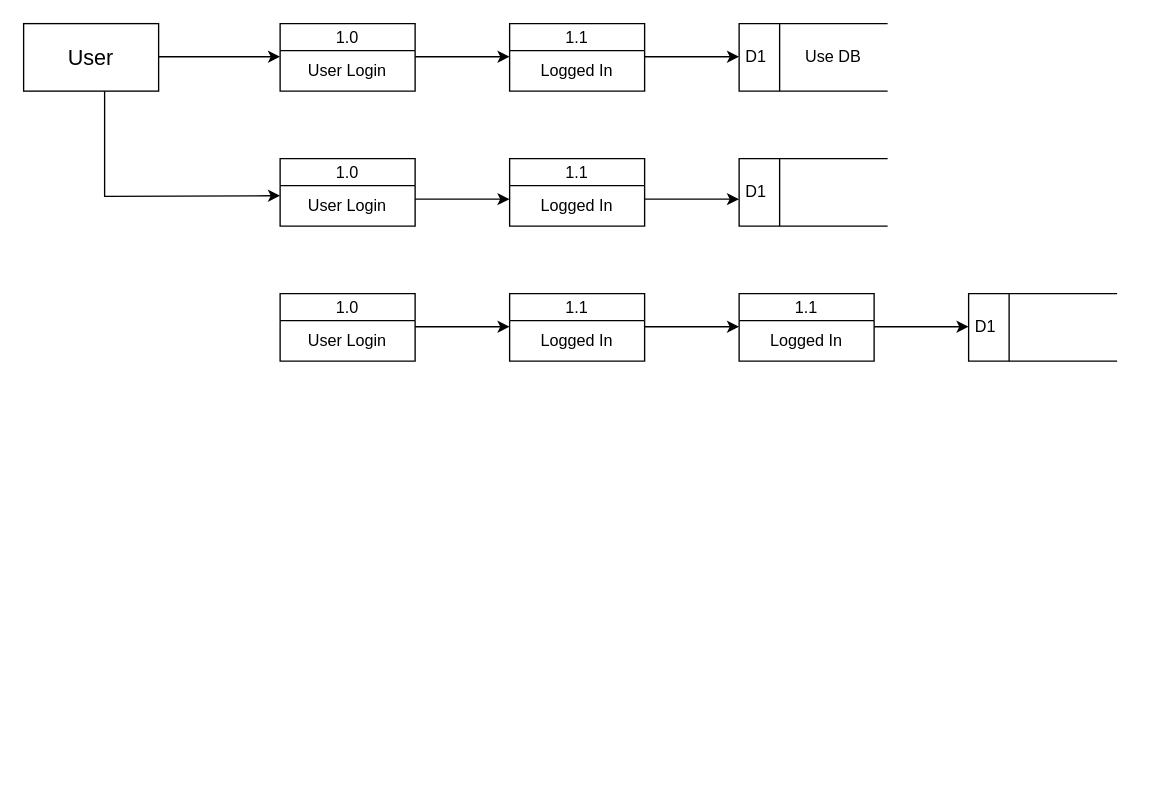
N0Obitaz/DrawIODiagrams keeps this draw.io diagram as DFD1.drawio. Above is the earlier version. Source tidied: cells renumbered, new cells numbered last; positions are measured from the earlier drawing's top-left corner, leaving out a move shared by most shapes. Both pictures are drawn from the tidied source at 135%, with x=0, y=0 at pixel (23, 23).
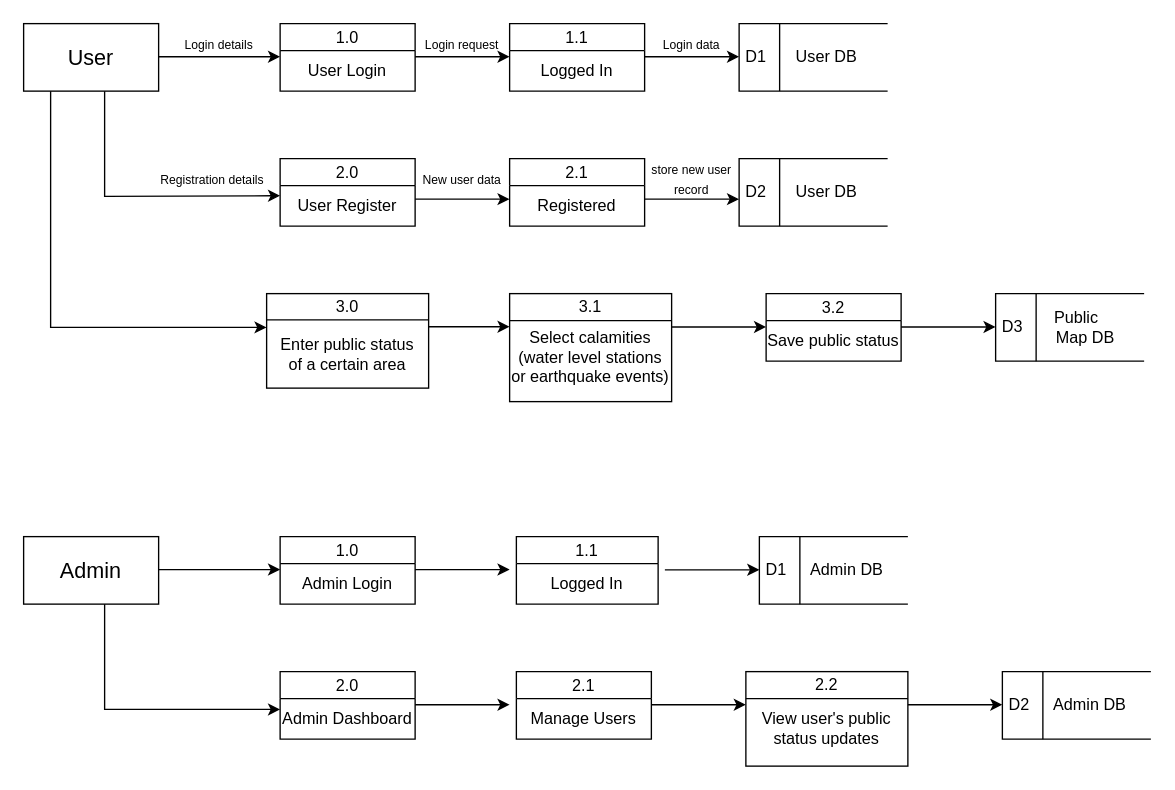
The same diagram, later.

What changed in the source:
```diff
@@
-    <mxCell id="11" value="Use DB" style="text;html=1;whiteSpace=wrap;strokeColor=none;fillColor=none;align=center;verticalAlign=middle;rounded=0;" parent="1" vertex="1">
-      <mxGeometry x="570" y="10" width="60" height="30" as="geometry" />
+    <mxCell id="11" value="User DB" style="text;html=1;whiteSpace=wrap;strokeColor=none;fillColor=none;align=center;verticalAlign=middle;rounded=0;" parent="1" vertex="1">
+      <mxGeometry x="565" y="10" width="60" height="30" as="geometry" />
     </mxCell>
-    <mxCell id="12" value="1.0" style="swimlane;fontStyle=0;horizontal=1;startSize=20;fillColor=#ffffff;swimlaneFillColor=#ffffff;" parent="1" vertex="1">
+    <mxCell id="12" value="2.0" style="swimlane;fontStyle=0;horizontal=1;startSize=20;fillColor=#ffffff;swimlaneFillColor=#ffffff;" parent="1" vertex="1">
       <mxGeometry x="190" y="100" width="100" height="50" as="geometry" />
     </mxCell>
-    <mxCell id="13" value="User Login" style="text;html=1;whiteSpace=wrap;strokeColor=none;fillColor=none;align=center;verticalAlign=middle;rounded=0;" parent="12" vertex="1">
+    <mxCell id="13" value="User Register" style="text;html=1;whiteSpace=wrap;strokeColor=none;fillColor=none;align=center;verticalAlign=middle;rounded=0;" parent="12" vertex="1">
       <mxGeometry y="20" width="100" height="30" as="geometry" />
     </mxCell>
-    <mxCell id="14" value="1.0" style="swimlane;fontStyle=0;horizontal=1;startSize=20;fillColor=#ffffff;swimlaneFillColor=#ffffff;" parent="1" vertex="1">
-      <mxGeometry x="190" y="200" width="100" height="50" as="geometry" />
-    </mxCell>
-    <mxCell id="15" value="User Login" style="text;html=1;whiteSpace=wrap;strokeColor=none;fillColor=none;align=center;verticalAlign=middle;rounded=0;" parent="14" vertex="1">
-      <mxGeometry y="20" width="100" height="30" as="geometry" />
-    </mxCell>
-    <mxCell id="16" value="1.1" style="swimlane;fontStyle=0;horizontal=1;startSize=20;fillColor=#ffffff;swimlaneFillColor=#ffffff;" parent="1" vertex="1">
+    <mxCell id="16" value="2.1" style="swimlane;fontStyle=0;horizontal=1;startSize=20;fillColor=#ffffff;swimlaneFillColor=#ffffff;" parent="1" vertex="1">
       <mxGeometry x="360" y="100" width="100" height="50" as="geometry" />
     </mxCell>
-    <mxCell id="17" value="Logged In" style="text;html=1;whiteSpace=wrap;strokeColor=none;fillColor=none;align=center;verticalAlign=middle;rounded=0;" parent="16" vertex="1">
+    <mxCell id="17" value="Registered" style="text;html=1;whiteSpace=wrap;strokeColor=none;fillColor=none;align=center;verticalAlign=middle;rounded=0;" parent="16" vertex="1">
       <mxGeometry y="20" width="100" height="30" as="geometry" />
     </mxCell>
     <mxCell id="18" value="1.1" style="swimlane;fontStyle=0;horizontal=1;startSize=20;fillColor=#ffffff;swimlaneFillColor=#ffffff;" parent="1" vertex="1">
-      <mxGeometry x="360" y="200" width="100" height="50" as="geometry" />
+      <mxGeometry x="365" y="380" width="105" height="50" as="geometry" />
     </mxCell>
     <mxCell id="19" value="Logged In" style="text;html=1;whiteSpace=wrap;strokeColor=none;fillColor=none;align=center;verticalAlign=middle;rounded=0;" parent="18" vertex="1">
-      <mxGeometry y="20" width="100" height="30" as="geometry" />
+      <mxGeometry y="20" width="105" height="30" as="geometry" />
     </mxCell>
-    <mxCell id="20" value="D1" style="html=1;dashed=0;whiteSpace=wrap;shape=mxgraph.dfd.dataStoreID;align=left;spacingLeft=3;" parent="1" vertex="1">
+    <mxCell id="20" value="D2" style="html=1;dashed=0;whiteSpace=wrap;shape=mxgraph.dfd.dataStoreID;align=left;spacingLeft=3;" parent="1" vertex="1">
       <mxGeometry x="530" y="100" width="110" height="50" as="geometry" />
     </mxCell>
-    <mxCell id="21" value="1.1" style="swimlane;fontStyle=0;horizontal=1;startSize=20;fillColor=#ffffff;swimlaneFillColor=#ffffff;" parent="1" vertex="1">
-      <mxGeometry x="530" y="200" width="100" height="50" as="geometry" />
+    <mxCell id="21" value="3.2" style="swimlane;fontStyle=0;horizontal=1;startSize=20;fillColor=#ffffff;swimlaneFillColor=#ffffff;" parent="1" vertex="1">
+      <mxGeometry x="550" y="200" width="100" height="50" as="geometry" />
     </mxCell>
-    <mxCell id="22" value="Logged In" style="text;html=1;whiteSpace=wrap;strokeColor=none;fillColor=none;align=center;verticalAlign=middle;rounded=0;" parent="21" vertex="1">
+    <mxCell id="22" value="Save public status" style="text;html=1;whiteSpace=wrap;strokeColor=none;fillColor=none;align=center;verticalAlign=middle;rounded=0;" parent="21" vertex="1">
       <mxGeometry y="20" width="100" height="30" as="geometry" />
     </mxCell>
-    <mxCell id="23" value="D1" style="html=1;dashed=0;whiteSpace=wrap;shape=mxgraph.dfd.dataStoreID;align=left;spacingLeft=3;" parent="1" vertex="1">
-      <mxGeometry x="700" y="200" width="110" height="50" as="geometry" />
+    <mxCell id="23" value="D3" style="html=1;dashed=0;whiteSpace=wrap;shape=mxgraph.dfd.dataStoreID;align=left;spacingLeft=3;" parent="1" vertex="1">
+      <mxGeometry x="720" y="200" width="110" height="50" as="geometry" />
     </mxCell>
@@
     <mxCell id="27" style="endArrow=classic;html=1;rounded=0;" parent="1" edge="1">
       <mxGeometry relative="1" as="geometry">
-        <mxPoint x="460" y="224.5" as="sourcePoint" />
-        <mxPoint x="530" y="224.5" as="targetPoint" />
+        <mxPoint x="480" y="224.7" as="sourcePoint" />
+        <mxPoint x="550" y="224.7" as="targetPoint" />
       </mxGeometry>
     </mxCell>
     <mxCell id="28" style="endArrow=classic;html=1;rounded=0;" parent="1" edge="1">
       <mxGeometry relative="1" as="geometry">
-        <mxPoint x="630" y="224.5" as="sourcePoint" />
-        <mxPoint x="700" y="224.5" as="targetPoint" />
+        <mxPoint x="650" y="224.7" as="sourcePoint" />
+        <mxPoint x="720" y="224.7" as="targetPoint" />
       </mxGeometry>
     </mxCell>
@@
+    <mxCell id="30" style="endArrow=classic;html=1;rounded=0;" parent="1" edge="1">
+      <mxGeometry relative="1" as="geometry">
+        <mxPoint x="20" y="50" as="sourcePoint" />
+        <mxPoint x="180" y="225" as="targetPoint" />
+        <Array as="points">
+          <mxPoint x="20" y="225" />
+        </Array>
+      </mxGeometry>
+    </mxCell>
+    <mxCell id="31" value="User DB" style="text;html=1;whiteSpace=wrap;strokeColor=none;fillColor=none;align=center;verticalAlign=middle;rounded=0;" parent="1" vertex="1">
+      <mxGeometry x="565" y="110" width="60" height="30" as="geometry" />
+    </mxCell>
+    <mxCell id="32" value="&lt;div&gt;&lt;br&gt;&lt;/div&gt;&lt;div&gt;Select calamities (water level stations or earthquake events)&lt;/div&gt;" style="rounded=0;whiteSpace=wrap;html=1;" parent="1" vertex="1">
+      <mxGeometry x="360" y="200" width="120" height="80" as="geometry" />
+    </mxCell>
+    <mxCell id="33" style="endArrow=none;html=1;rounded=0;" parent="1" edge="1">
+      <mxGeometry relative="1" as="geometry">
+        <mxPoint x="360" y="220" as="sourcePoint" />
+        <mxPoint x="450" y="220" as="targetPoint" />
+        <Array as="points">
+          <mxPoint x="450" y="220" />
+          <mxPoint x="480" y="220" />
+        </Array>
+      </mxGeometry>
+    </mxCell>
+    <mxCell id="34" value="3.1" style="text;html=1;whiteSpace=wrap;strokeColor=none;fillColor=none;align=center;verticalAlign=middle;rounded=0;" parent="1" vertex="1">
+      <mxGeometry x="380" y="200" width="80" height="20" as="geometry" />
+    </mxCell>
+    <mxCell id="35" value="Public&amp;nbsp; &amp;nbsp; &amp;nbsp;Map DB" style="text;html=1;whiteSpace=wrap;strokeColor=none;fillColor=none;align=center;verticalAlign=middle;rounded=0;" parent="1" vertex="1">
+      <mxGeometry x="750" y="210" width="70" height="30" as="geometry" />
+    </mxCell>
+    <mxCell id="36" value="&lt;span style=&quot;font-size: 16px;&quot;&gt;Admin&lt;/span&gt;" style="html=1;dashed=0;whiteSpace=wrap;" parent="1" vertex="1">
+      <mxGeometry y="380" width="100" height="50" as="geometry" />
+    </mxCell>
+    <mxCell id="37" style="endArrow=classic;html=1;rounded=0;" parent="1" edge="1">
+      <mxGeometry relative="1" as="geometry">
+        <mxPoint x="100" y="404.4" as="sourcePoint" />
+        <mxPoint x="190" y="404.4" as="targetPoint" />
+      </mxGeometry>
+    </mxCell>
+    <mxCell id="14" value="1.0" style="swimlane;fontStyle=0;horizontal=1;startSize=20;fillColor=#ffffff;swimlaneFillColor=#ffffff;" parent="1" vertex="1">
+      <mxGeometry x="190" y="380" width="100" height="50" as="geometry" />
+    </mxCell>
+    <mxCell id="38" value="Admin Login" style="text;html=1;whiteSpace=wrap;strokeColor=none;fillColor=none;align=center;verticalAlign=middle;rounded=0;" parent="14" vertex="1">
+      <mxGeometry y="20" width="100" height="30" as="geometry" />
+    </mxCell>
+    <mxCell id="39" style="endArrow=classic;html=1;rounded=0;" parent="1" edge="1">
+      <mxGeometry relative="1" as="geometry">
+        <mxPoint x="290" y="404.4" as="sourcePoint" />
+        <mxPoint x="360" y="404.4" as="targetPoint" />
+      </mxGeometry>
+    </mxCell>
+    <mxCell id="40" style="endArrow=classic;html=1;rounded=0;" parent="1" edge="1">
+      <mxGeometry relative="1" as="geometry">
+        <mxPoint x="475" y="404.6" as="sourcePoint" />
+        <mxPoint x="545" y="404.6" as="targetPoint" />
+      </mxGeometry>
+    </mxCell>
+    <mxCell id="41" value="D1" style="html=1;dashed=0;whiteSpace=wrap;shape=mxgraph.dfd.dataStoreID;align=left;spacingLeft=3;" parent="1" vertex="1">
+      <mxGeometry x="545" y="380" width="110" height="50" as="geometry" />
+    </mxCell>
+    <mxCell id="42" style="endArrow=classic;html=1;rounded=0;entryX=0;entryY=0.25;entryDx=0;entryDy=0;" parent="1" edge="1">
+      <mxGeometry relative="1" as="geometry">
+        <mxPoint x="60" y="430" as="sourcePoint" />
+        <mxPoint x="190" y="508" as="targetPoint" />
+        <Array as="points">
+          <mxPoint x="60" y="508" />
+        </Array>
+      </mxGeometry>
+    </mxCell>
+    <mxCell id="43" value="2.0" style="swimlane;fontStyle=0;horizontal=1;startSize=20;fillColor=#ffffff;swimlaneFillColor=#ffffff;" parent="1" vertex="1">
+      <mxGeometry x="190" y="480" width="100" height="50" as="geometry" />
+    </mxCell>
+    <mxCell id="44" value="Admin Dashboard" style="text;html=1;whiteSpace=wrap;strokeColor=none;fillColor=none;align=center;verticalAlign=middle;rounded=0;" parent="43" vertex="1">
+      <mxGeometry y="20" width="100" height="30" as="geometry" />
+    </mxCell>
+    <mxCell id="45" style="endArrow=classic;html=1;rounded=0;" parent="1" edge="1">
+      <mxGeometry relative="1" as="geometry">
+        <mxPoint x="290" y="504.5" as="sourcePoint" />
+        <mxPoint x="360" y="504.5" as="targetPoint" />
+      </mxGeometry>
+    </mxCell>
+    <mxCell id="46" value="2.1" style="swimlane;fontStyle=0;horizontal=1;startSize=20;fillColor=#ffffff;swimlaneFillColor=#ffffff;" parent="1" vertex="1">
+      <mxGeometry x="365" y="480" width="100" height="50" as="geometry" />
+    </mxCell>
+    <mxCell id="47" value="Manage Users" style="text;html=1;whiteSpace=wrap;strokeColor=none;fillColor=none;align=center;verticalAlign=middle;rounded=0;" parent="46" vertex="1">
+      <mxGeometry y="20" width="100" height="30" as="geometry" />
+    </mxCell>
+    <mxCell id="48" style="endArrow=classic;html=1;rounded=0;" parent="1" edge="1">
+      <mxGeometry relative="1" as="geometry">
+        <mxPoint x="465" y="504.5" as="sourcePoint" />
+        <mxPoint x="535" y="504.5" as="targetPoint" />
+      </mxGeometry>
+    </mxCell>
+    <mxCell id="49" value="&lt;div&gt;&lt;br&gt;&lt;/div&gt;View user's public status updates" style="rounded=0;whiteSpace=wrap;html=1;" parent="1" vertex="1">
+      <mxGeometry x="535" y="480" width="120" height="70" as="geometry" />
+    </mxCell>
+    <mxCell id="50" value="D2" style="html=1;dashed=0;whiteSpace=wrap;shape=mxgraph.dfd.dataStoreID;align=left;spacingLeft=3;" parent="1" vertex="1">
+      <mxGeometry x="725" y="480" width="110" height="50" as="geometry" />
+    </mxCell>
+    <mxCell id="51" style="endArrow=classic;html=1;rounded=0;" parent="1" edge="1">
+      <mxGeometry relative="1" as="geometry">
+        <mxPoint x="655" y="504.5" as="sourcePoint" />
+        <mxPoint x="725" y="504.5" as="targetPoint" />
+      </mxGeometry>
+    </mxCell>
+    <mxCell id="52" value="Admin DB" style="text;html=1;whiteSpace=wrap;strokeColor=none;fillColor=none;align=center;verticalAlign=middle;rounded=0;" parent="1" vertex="1">
+      <mxGeometry x="580" y="390" width="60" height="30" as="geometry" />
+    </mxCell>
+    <mxCell id="53" value="2.2" style="text;html=1;whiteSpace=wrap;strokeColor=none;fillColor=none;align=center;verticalAlign=middle;rounded=0;" parent="1" vertex="1">
+      <mxGeometry x="555" y="480" width="80" height="20" as="geometry" />
+    </mxCell>
+    <mxCell id="54" style="endArrow=none;html=1;rounded=0;" parent="1" edge="1">
+      <mxGeometry relative="1" as="geometry">
+        <mxPoint x="535" y="500" as="sourcePoint" />
+        <mxPoint x="655" y="500" as="targetPoint" />
+      </mxGeometry>
+    </mxCell>
+    <mxCell id="55" value="Admin DB" style="text;html=1;whiteSpace=wrap;strokeColor=none;fillColor=none;align=center;verticalAlign=middle;rounded=0;" parent="1" vertex="1">
+      <mxGeometry x="760" y="490" width="60" height="30" as="geometry" />
+    </mxCell>
+    <mxCell id="56" style="rounded=0;whiteSpace=wrap;html=1;" parent="1" vertex="1">
+      <mxGeometry x="180" y="200" width="120" height="70" as="geometry" />
+    </mxCell>
+    <mxCell id="57" value="3.0" style="text;html=1;whiteSpace=wrap;strokeColor=none;fillColor=none;align=center;verticalAlign=middle;rounded=0;" parent="1" vertex="1">
+      <mxGeometry x="200" y="200" width="80" height="20" as="geometry" />
+    </mxCell>
+    <mxCell id="58" style="endArrow=none;html=1;rounded=0;" parent="1" edge="1">
+      <mxGeometry relative="1" as="geometry">
+        <mxPoint x="180" y="219.4" as="sourcePoint" />
+        <mxPoint x="300" y="219.4" as="targetPoint" />
+      </mxGeometry>
+    </mxCell>
+    <mxCell id="59" value="Enter public status of a certain area" style="text;html=1;whiteSpace=wrap;strokeColor=none;fillColor=none;align=center;verticalAlign=middle;rounded=0;" parent="1" vertex="1">
+      <mxGeometry x="185" y="230" width="110" height="30" as="geometry" />
+    </mxCell>
+    <mxCell id="60" value="&lt;font style=&quot;font-size: 9px;&quot;&gt;Login details&lt;/font&gt;" style="text;html=1;whiteSpace=wrap;strokeColor=none;fillColor=none;align=center;verticalAlign=middle;rounded=0;" parent="1" vertex="1">
+      <mxGeometry x="105" width="80" height="30" as="geometry" />
+    </mxCell>
+    <mxCell id="61" value="&lt;font style=&quot;font-size: 9px;&quot;&gt;Login request&lt;/font&gt;" style="text;html=1;whiteSpace=wrap;strokeColor=none;fillColor=none;align=center;verticalAlign=middle;rounded=0;" parent="1" vertex="1">
+      <mxGeometry x="285" width="80" height="30" as="geometry" />
+    </mxCell>
+    <mxCell id="62" value="&lt;font style=&quot;font-size: 9px;&quot;&gt;Login data&lt;/font&gt;" style="text;html=1;whiteSpace=wrap;strokeColor=none;fillColor=none;align=center;verticalAlign=middle;rounded=0;" parent="1" vertex="1">
+      <mxGeometry x="455" width="80" height="30" as="geometry" />
+    </mxCell>
+    <mxCell id="63" value="&lt;font style=&quot;font-size: 9px;&quot;&gt;Registration details&lt;/font&gt;" style="text;html=1;whiteSpace=wrap;strokeColor=none;fillColor=none;align=center;verticalAlign=middle;rounded=0;" parent="1" vertex="1">
+      <mxGeometry x="100" y="100" width="80" height="30" as="geometry" />
+    </mxCell>
+    <mxCell id="64" value="&lt;font style=&quot;font-size: 9px;&quot;&gt;New user data&lt;/font&gt;" style="text;html=1;whiteSpace=wrap;strokeColor=none;fillColor=none;align=center;verticalAlign=middle;rounded=0;" parent="1" vertex="1">
+      <mxGeometry x="285" y="100" width="80" height="30" as="geometry" />
+    </mxCell>
+    <mxCell id="65" value="&lt;font style=&quot;font-size: 9px;&quot;&gt;store new user record&lt;/font&gt;" style="text;html=1;whiteSpace=wrap;strokeColor=none;fillColor=none;align=center;verticalAlign=middle;rounded=0;" parent="1" vertex="1">
+      <mxGeometry x="455" y="100" width="80" height="30" as="geometry" />
+    </mxCell>
```
